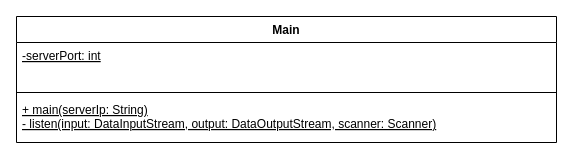
This is KlassendiagrammClient.drawio from FabioKron/Online-Immobilienportal, a draw.io file, before an edit. Source tidied: cells renumbered, new cells numbered last; positions are measured from the earlier drawing's top-left corner, leaving out a move shared by most shapes. Both pictures are drawn from the tidied source at 100%, with x=0, y=0 at pixel (16, 16).
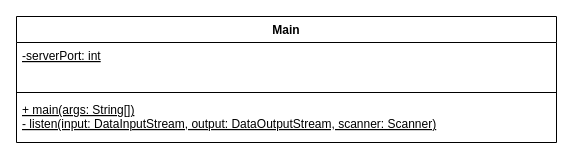
Above is the later version.

Change to the diagram source:
```diff
@@
 <mxGraphModel>
   <root>
     <mxCell id="0" />
     <mxCell id="1" parent="0" />
     <mxCell id="2" value="Main" style="swimlane;fontStyle=1;align=center;verticalAlign=top;horizontal=1;startSize=26;" parent="1" vertex="1">
       <mxGeometry width="540" height="126" as="geometry" />
     </mxCell>
     <mxCell id="3" value="-serverPort: int" style="text;strokeColor=none;fillColor=none;align=left;verticalAlign=top;spacingLeft=4;spacingRight=4;overflow=hidden;fontStyle=4;" parent="2" vertex="1">
       <mxGeometry y="26" width="540" height="46" as="geometry" />
     </mxCell>
     <mxCell id="4" style="line;strokeWidth=1;fillColor=none;align=left;verticalAlign=middle;spacingTop=-1;spacingLeft=3;spacingRight=3;labelPosition=right;" parent="2" vertex="1">
       <mxGeometry y="72" width="540" height="8" as="geometry" />
     </mxCell>
-    <mxCell id="5" value="+ main(serverIp: String)&#10;- listen(input: DataInputStream, output: DataOutputStream, scanner: Scanner)&#10;" style="text;strokeColor=none;fillColor=none;align=left;verticalAlign=top;spacingLeft=4;spacingRight=4;overflow=hidden;fontStyle=4;" parent="2" vertex="1">
+    <mxCell id="5" value="+ main(args: String[])&#10;- listen(input: DataInputStream, output: DataOutputStream, scanner: Scanner)&#10;" style="text;strokeColor=none;fillColor=none;align=left;verticalAlign=top;spacingLeft=4;spacingRight=4;overflow=hidden;fontStyle=4;" parent="2" vertex="1">
       <mxGeometry y="80" width="540" height="46" as="geometry" />
     </mxCell>
   </root>
 </mxGraphModel>
```
